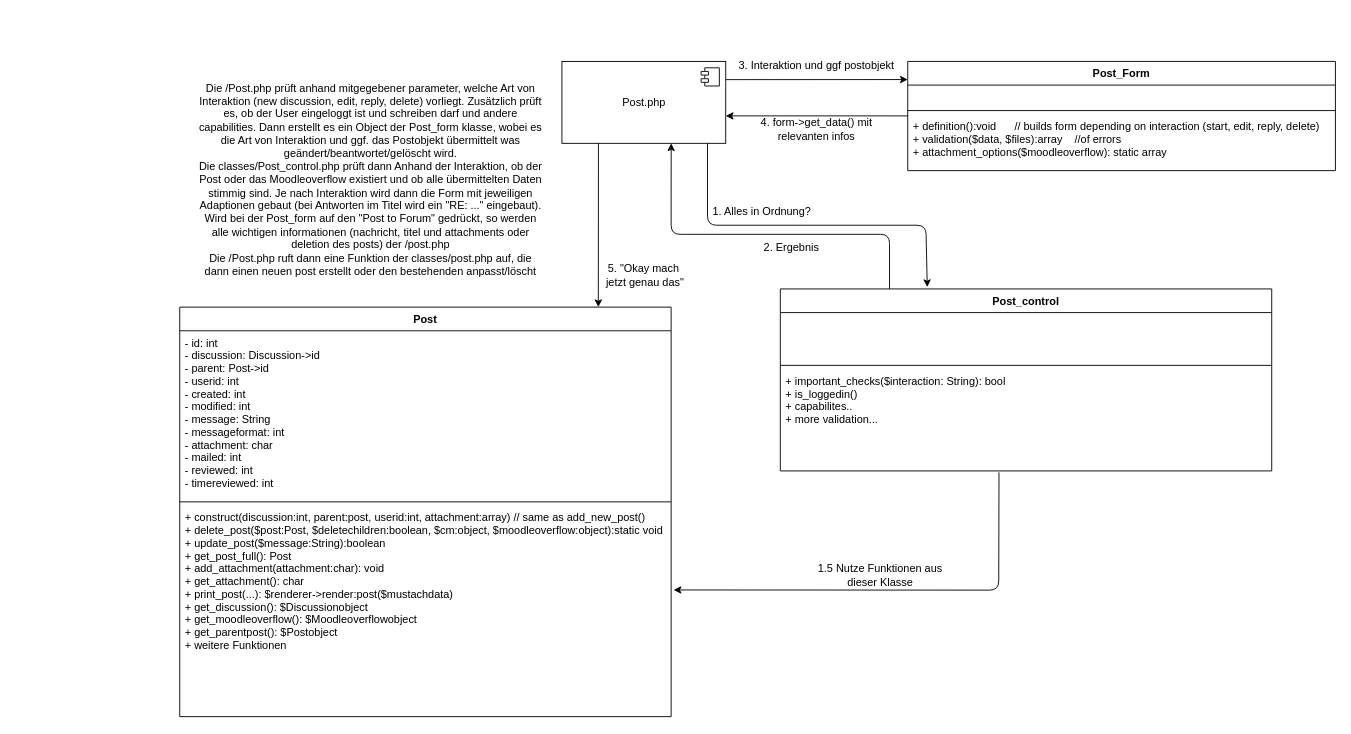
This is classes/post/post.drawio from learnweb/moodle-mod_moodleoverflow, a draw.io file, before an edit. Source tidied: cells renumbered, new cells numbered last; positions are measured from the earlier drawing's top-left corner, leaving out a move shared by most shapes. Both pictures are drawn from the tidied source at 91%, with x=0, y=0 at pixel (179, 52).
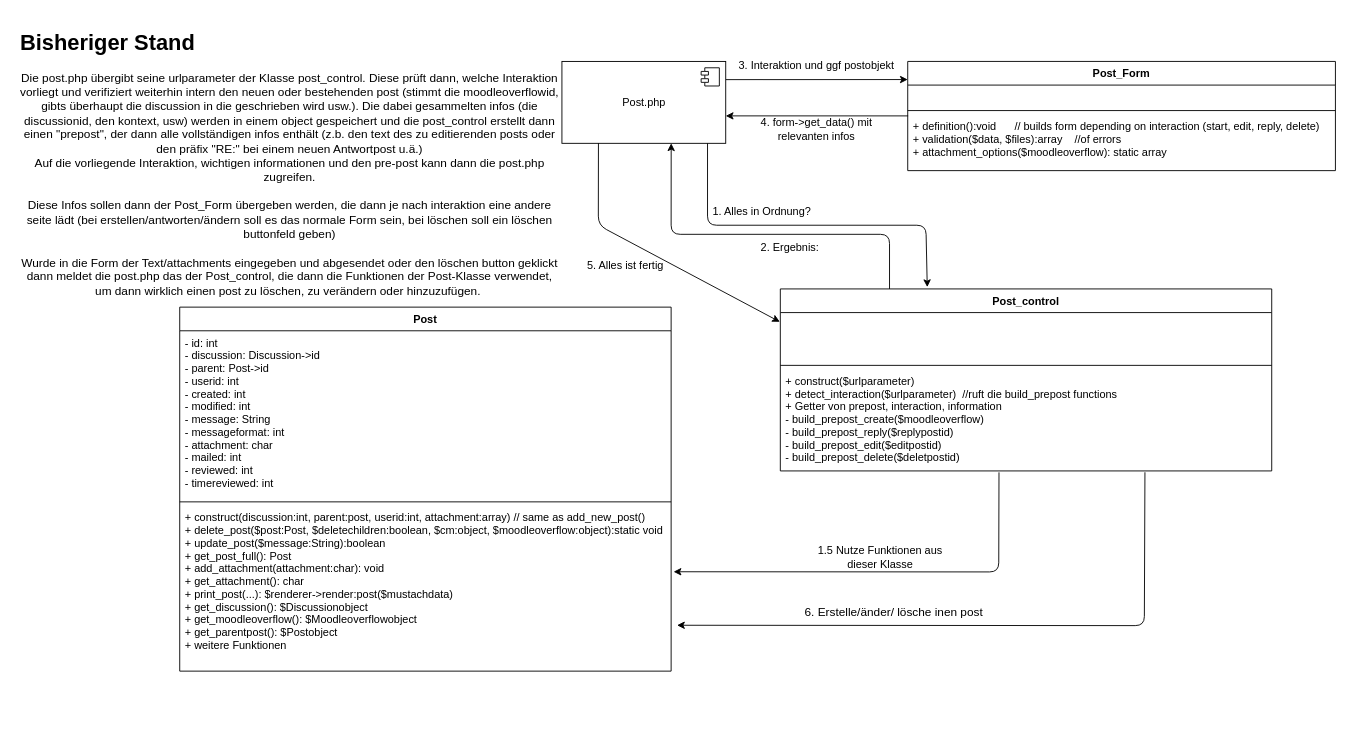
Above is the later version.

Commit message (it also covers changes not shown here):
First stage of post_control ready

The change refers to these unchanged cells:
```xml
<mxCell id="11" value="Post.php&lt;br&gt;" style="html=1;" parent="1" vertex="1">
  <mxGeometry x="420" y="10" width="180" height="90" as="geometry" />
</mxCell>
<mxCell id="19" value="Post_control" style="swimlane;fontStyle=1;align=center;verticalAlign=top;horizontal=1;startSize=26;" parent="1" vertex="1">
  <mxGeometry x="660" y="260" width="540" height="200" as="geometry" />
</mxCell>
<mxCell id="20" value="  " style="text;strokeColor=none;fillColor=none;align=left;verticalAlign=top;spacingLeft=4;spacingRight=4;overflow=hidden;points=[[0,0.5],[1,0.5]];portConstraint=eastwest;" parent="19" vertex="1">
  <mxGeometry y="26" width="540" height="54" as="geometry" />
</mxCell>
```

The edit, as a diff of the source:
```diff
@@
     <mxCell id="2" value="Post" style="swimlane;fontStyle=1;align=center;verticalAlign=top;horizontal=1;startSize=26;" parent="1" vertex="1">
-      <mxGeometry y="280" width="540" height="450" as="geometry" />
+      <mxGeometry y="280" width="540" height="400" as="geometry" />
     </mxCell>
@@
     <mxCell id="5" value="+ construct(discussion:int, parent:post, userid:int, attachment:array) // same as add_new_post()&#10;+ delete_post($post:Post, $deletechildren:boolean, $cm:object, $moodleoverflow:object):static void&#10;+ update_post($message:String):boolean&#10;+ get_post_full(): Post&#10;+ add_attachment(attachment:char): void&#10;+ get_attachment(): char&#10;+ print_post(...): $renderer-&gt;render:post($mustachdata)&#10;+ get_discussion(): $Discussionobject&#10;+ get_moodleoverflow(): $Moodleoverflowobject&#10;+ get_parentpost(): $Postobject&#10;+ weitere Funktionen" style="text;strokeColor=none;fillColor=none;align=left;verticalAlign=top;spacingLeft=4;spacingRight=4;overflow=hidden;points=[[0,0.5],[1,0.5]];portConstraint=eastwest;" parent="2" vertex="1">
-      <mxGeometry y="218" width="540" height="232" as="geometry" />
+      <mxGeometry y="218" width="540" height="182" as="geometry" />
     </mxCell>
@@
-    <mxCell id="13" value="Die /Post.php prüft anhand mitgegebener parameter, welche Art von Interaktion (new discussion, edit, reply, delete) vorliegt. Zusätzlich prüft es, ob der User eingeloggt ist und schreiben darf und andere capabilities. Dann erstellt es ein Object der Post_form klasse, wobei es die Art von Interaktion und ggf. das Postobjekt übermittelt was geändert/beantwortet/gelöscht wird.&lt;br&gt;Die classes/Post_control.php prüft dann Anhand der Interaktion, ob der Post oder das Moodleoverflow existiert und ob alle übermittelten Daten stimmig sind. Je nach Interaktion wird dann die Form mit jeweiligen Adaptionen gebaut (bei Antworten im Titel wird ein &quot;RE: ...&quot; eingebaut).&lt;br&gt;Wird bei der Post_form auf den &quot;Post to Forum&quot; gedrückt, so werden alle wichtigen informationen (nachricht, titel und attachments oder deletion des posts) der /post.php&lt;br&gt;Die /Post.php ruft dann eine Funktion der classes/post.php auf, die dann einen neuen post erstellt oder den bestehenden anpasst/löscht" style="text;html=1;strokeColor=none;fillColor=none;align=center;verticalAlign=middle;whiteSpace=wrap;rounded=0;" parent="1" vertex="1">
-      <mxGeometry x="20" y="30" width="380" height="220" as="geometry" />
-    </mxCell>
@@
-    <mxCell id="15" style="endArrow=classic;html=1;exitX=0.223;exitY=0.998;exitDx=0;exitDy=0;exitPerimeter=0;" parent="1" edge="1" source="11">
+    <mxCell id="15" style="endArrow=classic;html=1;exitX=0.223;exitY=0.998;exitDx=0;exitDy=0;exitPerimeter=0;entryX=-0.001;entryY=0.188;entryDx=0;entryDy=0;entryPerimeter=0;" parent="1" edge="1" source="11" target="20">
       <mxGeometry relative="1" as="geometry">
-        <mxPoint x="460" y="280" as="targetPoint" />
+        <Array as="points">
+          <mxPoint x="460" y="190" />
+        </Array>
       </mxGeometry>
     </mxCell>
@@
-    <mxCell id="18" value="5. &quot;Okay mach&lt;br&gt;&amp;nbsp;jetzt genau das&quot;" style="text;html=1;strokeColor=none;fillColor=none;align=center;verticalAlign=middle;whiteSpace=wrap;rounded=0;" parent="1" vertex="1">
-      <mxGeometry x="460" y="230" width="100" height="30" as="geometry" />
+    <mxCell id="18" value="5. Alles ist fertig" style="text;html=1;strokeColor=none;fillColor=none;align=center;verticalAlign=middle;whiteSpace=wrap;rounded=0;" parent="1" vertex="1">
+      <mxGeometry x="440" y="220" width="100" height="30" as="geometry" />
     </mxCell>
@@
-    <mxCell id="22" value="+ important_checks($interaction: String): bool&#10;+ is_loggedin()&#10;+ capabilites..&#10;+ more validation...&#10;" style="text;strokeColor=none;fillColor=none;align=left;verticalAlign=top;spacingLeft=4;spacingRight=4;overflow=hidden;points=[[0,0.5],[1,0.5]];portConstraint=eastwest;" parent="19" vertex="1">
+    <mxCell id="22" value="+ construct($urlparameter)&#10;+ detect_interaction($urlparameter)  //ruft die build_prepost functions&#10;+ Getter von prepost, interaction, information&#10;- build_prepost_create($moodleoverflow)&#10;- build_prepost_reply($replypostid)&#10;- build_prepost_edit($editpostid)&#10;- build_prepost_delete($deletpostid)" style="text;strokeColor=none;fillColor=none;align=left;verticalAlign=top;spacingLeft=4;spacingRight=4;overflow=hidden;points=[[0,0.5],[1,0.5]];portConstraint=eastwest;" parent="19" vertex="1">
       <mxGeometry y="88" width="540" height="112" as="geometry" />
     </mxCell>
@@
-    <mxCell id="26" value="2. Ergebnis" style="text;html=1;strokeColor=none;fillColor=none;align=center;verticalAlign=middle;whiteSpace=wrap;rounded=0;" parent="1" vertex="1">
+    <mxCell id="26" value="2. Ergebnis:&amp;nbsp;" style="text;html=1;strokeColor=none;fillColor=none;align=center;verticalAlign=middle;whiteSpace=wrap;rounded=0;" parent="1" vertex="1">
       <mxGeometry x="615" y="200" width="115" height="30" as="geometry" />
     </mxCell>
     <mxCell id="27" style="endArrow=classic;html=1;exitX=0.445;exitY=1.014;exitDx=0;exitDy=0;exitPerimeter=0;entryX=1.005;entryY=0.4;entryDx=0;entryDy=0;entryPerimeter=0;" parent="1" edge="1" source="22" target="5">
       <mxGeometry relative="1" as="geometry">
         <Array as="points">
-          <mxPoint x="900" y="591" />
+          <mxPoint x="900" y="571" />
         </Array>
       </mxGeometry>
     </mxCell>
     <mxCell id="28" value="1.5 Nutze Funktionen aus dieser Klasse&lt;br&gt;" style="text;html=1;strokeColor=none;fillColor=none;align=center;verticalAlign=middle;whiteSpace=wrap;rounded=0;" parent="1" vertex="1">
-      <mxGeometry x="690" y="560" width="160" height="30" as="geometry" />
+      <mxGeometry x="690" y="540" width="160" height="30" as="geometry" />
     </mxCell>
+    <mxCell id="29" value="&lt;h1&gt;Bisheriger Stand&lt;/h1&gt;&lt;div style=&quot;text-align: center; font-size: 13px;&quot;&gt;Die post.php übergibt seine urlparameter der Klasse post_control. Diese prüft dann, welche Interaktion vorliegt und verifiziert weiterhin intern den neuen oder bestehenden post (stimmt die moodleoverflowid, gibts überhaupt die discussion in die geschrieben wird usw.). Die dabei gesammelten infos (die discussionid, den kontext, usw) werden in einem object gespeichert und die post_control erstellt dann einen &quot;prepost&quot;, der dann alle vollständigen infos enthält (z.b. den text des zu editierenden posts oder den präfix &quot;RE:&quot; bei einem neuen Antwortpost u.ä.)&lt;br&gt;Auf die vorliegende Interaktion, wichtigen informationen und den pre-post kann dann die post.php zugreifen.&lt;br&gt;&lt;br&gt;Diese Infos sollen dann der Post_Form übergeben werden, die dann je nach interaktion eine andere seite lädt (bei erstellen/antworten/ändern soll es das normale Form sein, bei löschen soll ein löschen buttonfeld geben)&lt;br&gt;&lt;br&gt;Wurde in die Form der Text/attachments eingegeben und abgesendet oder den löschen button geklickt dann meldet die post.php das der Post_control, die dann die Funktionen der Post-Klasse verwendet, um dann wirklich einen post zu löschen, zu verändern oder hinzuzufügen.&amp;nbsp;&lt;br&gt;&lt;br&gt;&lt;/div&gt;" style="text;html=1;strokeColor=none;fillColor=none;spacing=5;spacingTop=-20;whiteSpace=wrap;overflow=hidden;rounded=0;" parent="1" vertex="1">
+      <mxGeometry x="-180" y="-30" width="600" height="300" as="geometry" />
+    </mxCell>
+    <mxCell id="30" style="endArrow=classic;html=1;fontSize=13;exitX=0.742;exitY=1.013;exitDx=0;exitDy=0;exitPerimeter=0;entryX=1.012;entryY=0.723;entryDx=0;entryDy=0;entryPerimeter=0;" parent="1" edge="1" source="22" target="5">
+      <mxGeometry relative="1" as="geometry">
+        <Array as="points">
+          <mxPoint x="1060" y="630" />
+        </Array>
+      </mxGeometry>
+    </mxCell>
+    <mxCell id="31" value="6. Erstelle/änder/ lösche inen post" style="text;html=1;strokeColor=none;fillColor=none;align=center;verticalAlign=middle;whiteSpace=wrap;rounded=0;fontSize=13;" parent="1" vertex="1">
+      <mxGeometry x="660" y="600" width="250" height="30" as="geometry" />
+    </mxCell>
```
